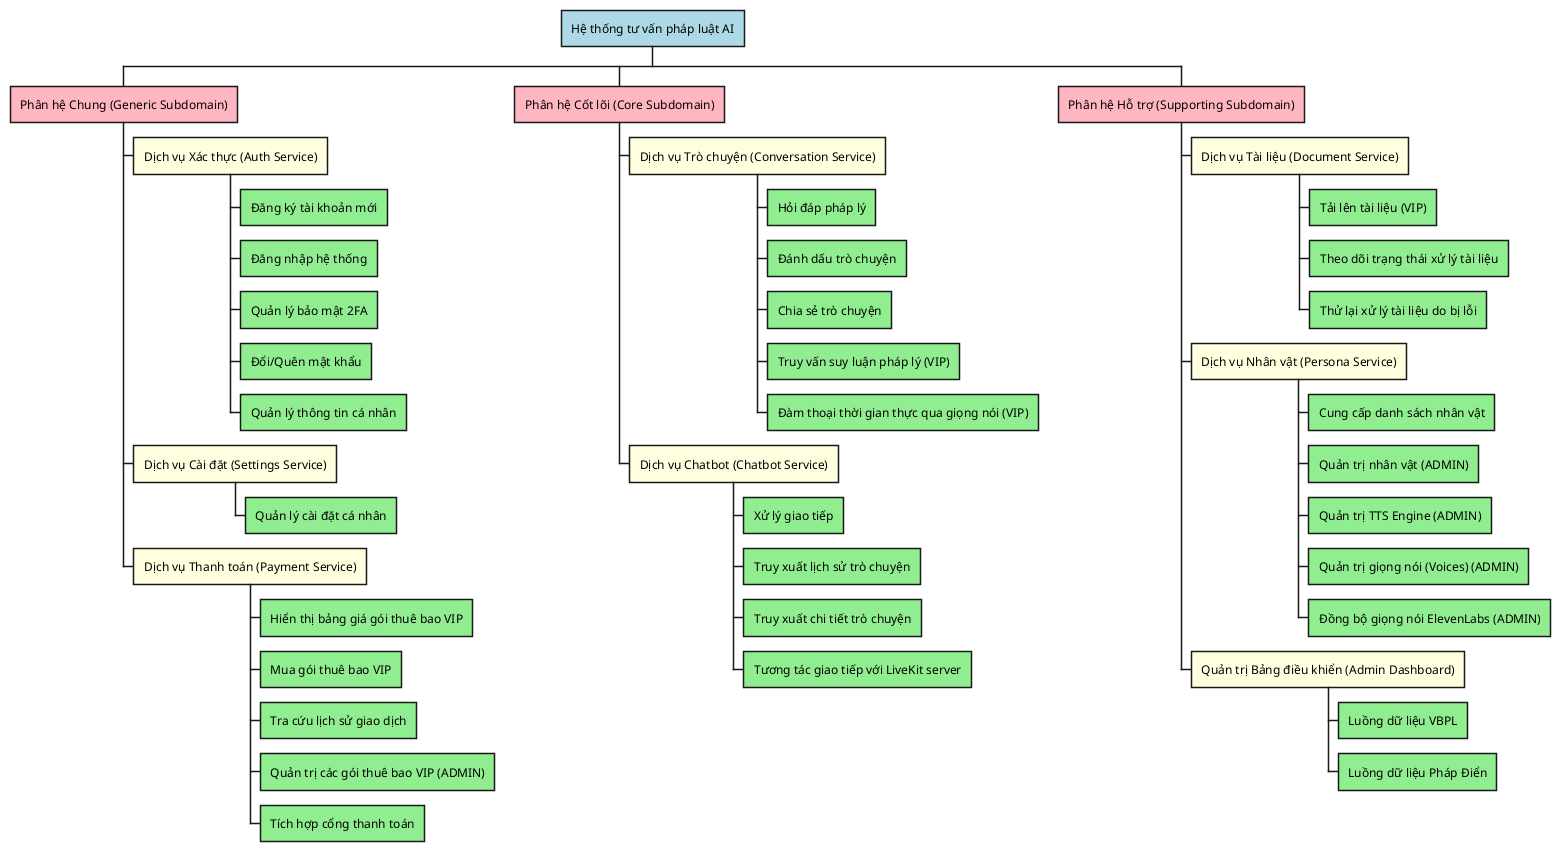
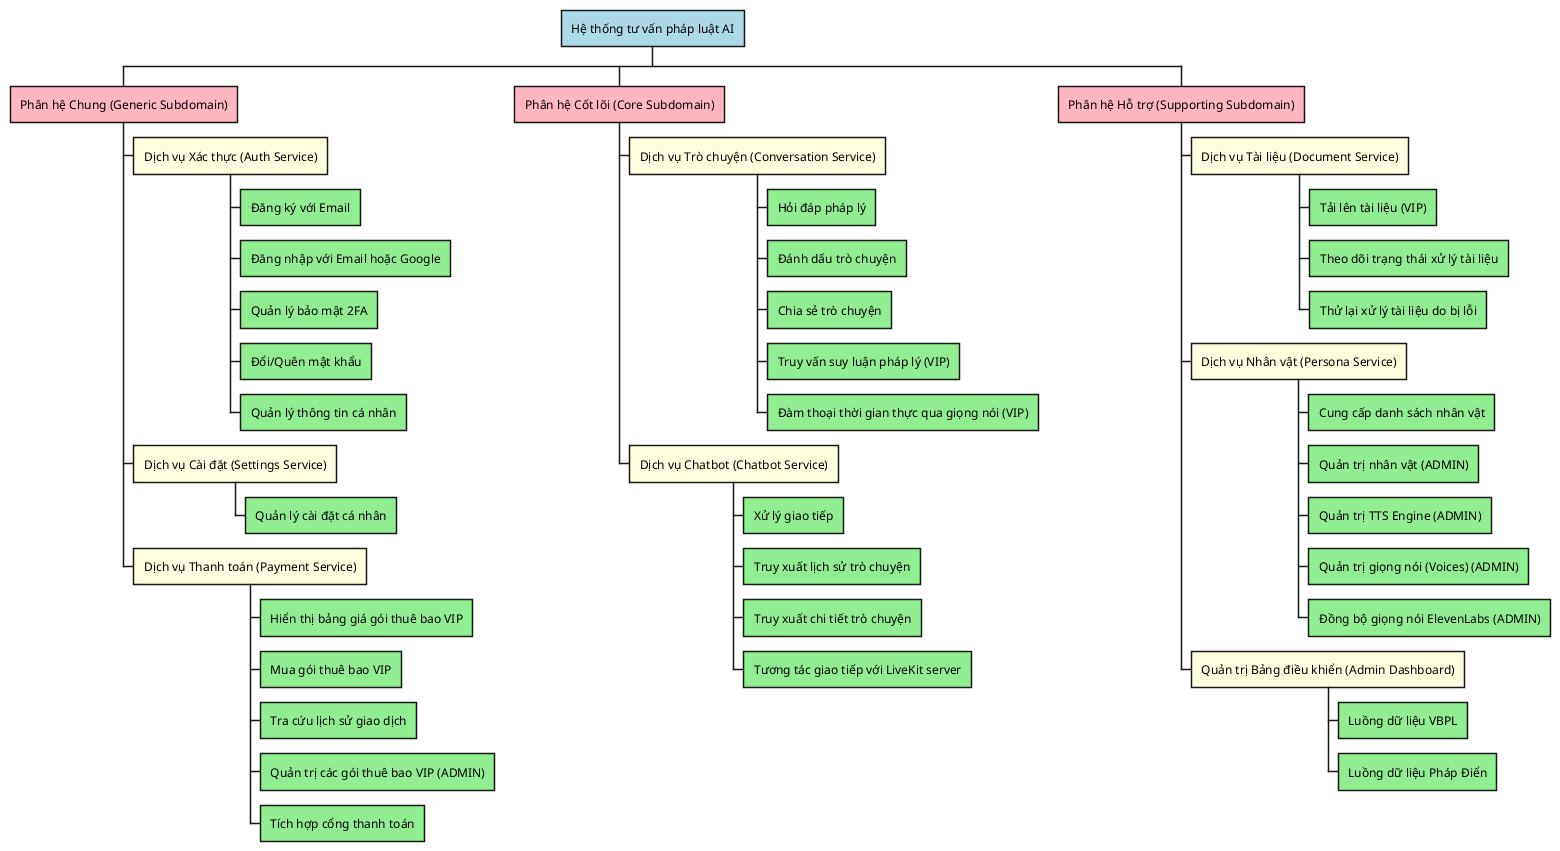
@startwbs
<style>
wbsDiagram {
  :depth(0) {
    BackgroundColor LightBlue
  }
  :depth(1) {
    BackgroundColor LightPink
  }
  :depth(2) {
    BackgroundColor LightYellow
  }
  :depth(3) {
    BackgroundColor LightGreen
  }
}
</style>

* Hệ thống tư vấn pháp luật AI

** Phân hệ Chung (Generic Subdomain)
*** Dịch vụ Xác thực (Auth Service)
- **** Đăng ký tài khoản mới
- **** Đăng nhập hệ thống
+ **** Đăng ký với Email
+ **** Đăng nhập với Email hoặc Google
**** Quản lý bảo mật 2FA
**** Đổi/Quên mật khẩu
**** Quản lý thông tin cá nhân
*** Dịch vụ Cài đặt (Settings Service)
**** Quản lý cài đặt cá nhân
*** Dịch vụ Thanh toán (Payment Service)
**** Hiển thị bảng giá gói thuê bao VIP
**** Mua gói thuê bao VIP
**** Tra cứu lịch sử giao dịch
**** Quản trị các gói thuê bao VIP (ADMIN)
**** Tích hợp cổng thanh toán

** Phân hệ Cốt lõi (Core Subdomain)
*** Dịch vụ Trò chuyện (Conversation Service)
**** Hỏi đáp pháp lý
**** Đánh dấu trò chuyện
**** Chia sẻ trò chuyện
**** Truy vấn suy luận pháp lý (VIP)
**** Đàm thoại thời gian thực qua giọng nói (VIP)
*** Dịch vụ Chatbot (Chatbot Service)
**** Xử lý giao tiếp
**** Truy xuất lịch sử trò chuyện
**** Truy xuất chi tiết trò chuyện
**** Tương tác giao tiếp với LiveKit server

** Phân hệ Hỗ trợ (Supporting Subdomain)
*** Dịch vụ Tài liệu (Document Service)
**** Tải lên tài liệu (VIP)
**** Theo dõi trạng thái xử lý tài liệu
**** Thử lại xử lý tài liệu do bị lỗi
*** Dịch vụ Nhân vật (Persona Service)
**** Cung cấp danh sách nhân vật
**** Quản trị nhân vật (ADMIN)
**** Quản trị TTS Engine (ADMIN)
**** Quản trị giọng nói (Voices) (ADMIN)
**** Đồng bộ giọng nói ElevenLabs (ADMIN)
*** Quản trị Bảng điều khiển (Admin Dashboard)
**** Luồng dữ liệu VBPL
**** Luồng dữ liệu Pháp Điển
@endwbs
